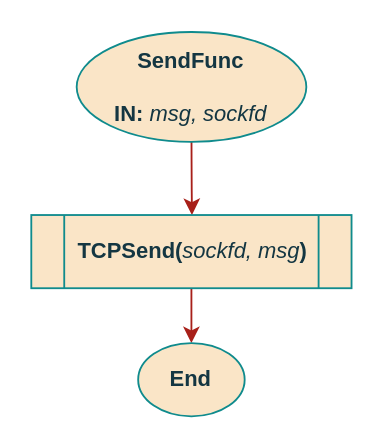
ESRGgroup9/slipad keeps this draw.io diagram as page "sendFunc" (4 of 4) of documentation/flowcharts/02Classes/CTCPclient.drawio. Above is the earlier version. Source tidied: cells renumbered, new cells numbered last; positions are measured from the earlier drawing's top-left corner, leaving out a move shared by most shapes. Both pictures are drawn from the tidied source at 183%, with x=0, y=0 at pixel (31, 31).
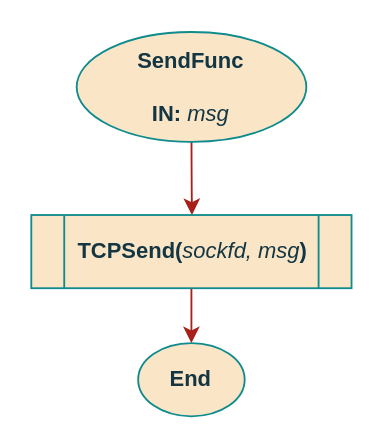
The same diagram, later.

Change to the diagram source:
```diff
@@
 <mxGraphModel>
   <root>
     <mxCell id="0" />
     <mxCell id="1" parent="0" />
     <mxCell id="2" style="edgeStyle=orthogonalEdgeStyle;curved=0;rounded=1;sketch=0;jettySize=auto;html=1;exitX=0.5;exitY=1;exitDx=0;exitDy=0;entryX=0.5;entryY=0;entryDx=0;entryDy=0;fontColor=#143642;strokeColor=#A8201A;fillColor=#FAE5C7;" parent="1" edge="1" source="3">
       <mxGeometry relative="1" as="geometry">
         <mxPoint x="87.4" y="100" as="targetPoint" />
       </mxGeometry>
     </mxCell>
-    <mxCell id="3" value="&lt;div&gt;SendFunc&lt;/div&gt;&lt;div&gt;&lt;br&gt;&lt;/div&gt;&lt;div&gt;IN:&lt;i&gt; &lt;span style=&quot;font-weight: normal&quot;&gt;msg, sockfd&lt;/span&gt;&lt;/i&gt;&lt;span style=&quot;font-weight: normal&quot;&gt;&lt;/span&gt;&lt;br&gt;&lt;/div&gt;" style="ellipse;whiteSpace=wrap;html=1;fillColor=#FAE5C7;strokeColor=#0F8B8D;fontColor=#143642;fontStyle=1;" parent="1" vertex="1">
+    <mxCell id="3" value="&lt;div&gt;SendFunc&lt;/div&gt;&lt;div&gt;&lt;br&gt;&lt;/div&gt;&lt;div&gt;IN:&lt;i&gt; &lt;span style=&quot;font-weight: normal&quot;&gt;msg&lt;/span&gt;&lt;/i&gt;&lt;span style=&quot;font-weight: normal&quot;&gt;&lt;/span&gt;&lt;br&gt;&lt;/div&gt;" style="ellipse;whiteSpace=wrap;html=1;fillColor=#FAE5C7;strokeColor=#0F8B8D;fontColor=#143642;fontStyle=1;" parent="1" vertex="1">
       <mxGeometry x="24.4" width="125.5" height="60" as="geometry" />
     </mxCell>
     <mxCell id="4" style="edgeStyle=orthogonalEdgeStyle;curved=0;rounded=1;sketch=0;jettySize=auto;html=1;fontColor=#143642;strokeColor=#A8201A;fillColor=#FAE5C7;entryX=0.5;entryY=0;entryDx=0;entryDy=0;exitX=0.5;exitY=1;exitDx=0;exitDy=0;" parent="1" edge="1" source="5" target="6">
       <mxGeometry relative="1" as="geometry" />
     </mxCell>
     <mxCell id="5" value="&lt;b&gt;TCPSend(&lt;/b&gt;&lt;i&gt;sockfd, msg&lt;/i&gt;&lt;b&gt;)&lt;/b&gt;" style="shape=process;whiteSpace=wrap;html=1;backgroundOutline=1;rounded=0;sketch=0;fontColor=#143642;strokeColor=#0F8B8D;fillColor=#FAE5C7;" parent="1" vertex="1">
       <mxGeometry x="-0.4" y="100" width="175" height="40" as="geometry" />
     </mxCell>
     <mxCell id="6" value="End" style="ellipse;whiteSpace=wrap;html=1;fillColor=#FAE5C7;strokeColor=#0F8B8D;fontColor=#143642;fontStyle=1;" parent="1" vertex="1">
       <mxGeometry x="58" y="170" width="58.2" height="40" as="geometry" />
     </mxCell>
   </root>
 </mxGraphModel>
```
